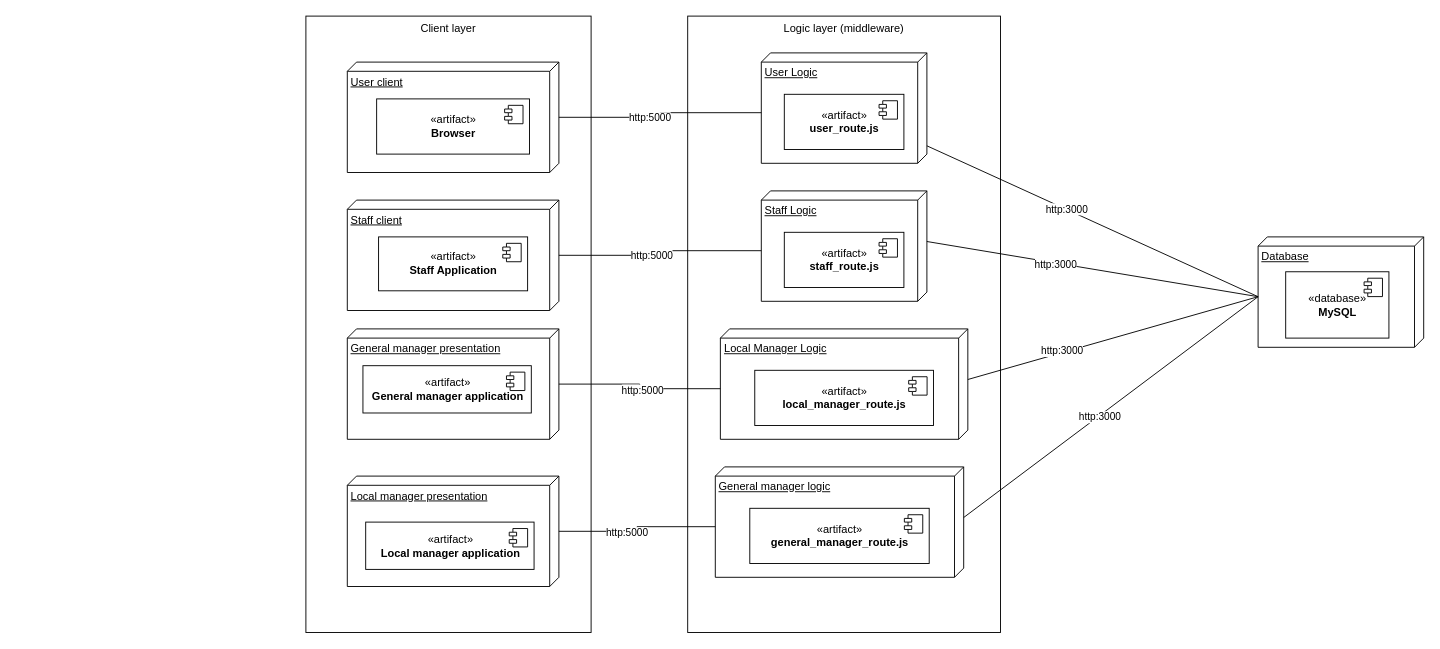
Earlier version of the draw.io diagram drawio/coffee_shop_deploy.drawio (minhrongcon2000/TrungNguyenCoffeeSystem). Source tidied: cells renumbered, new cells numbered last; positions are measured from the earlier drawing's top-left corner, leaving out a move shared by most shapes. Both pictures are drawn from the tidied source at 92%, with x=0, y=0 at pixel (305, 16).
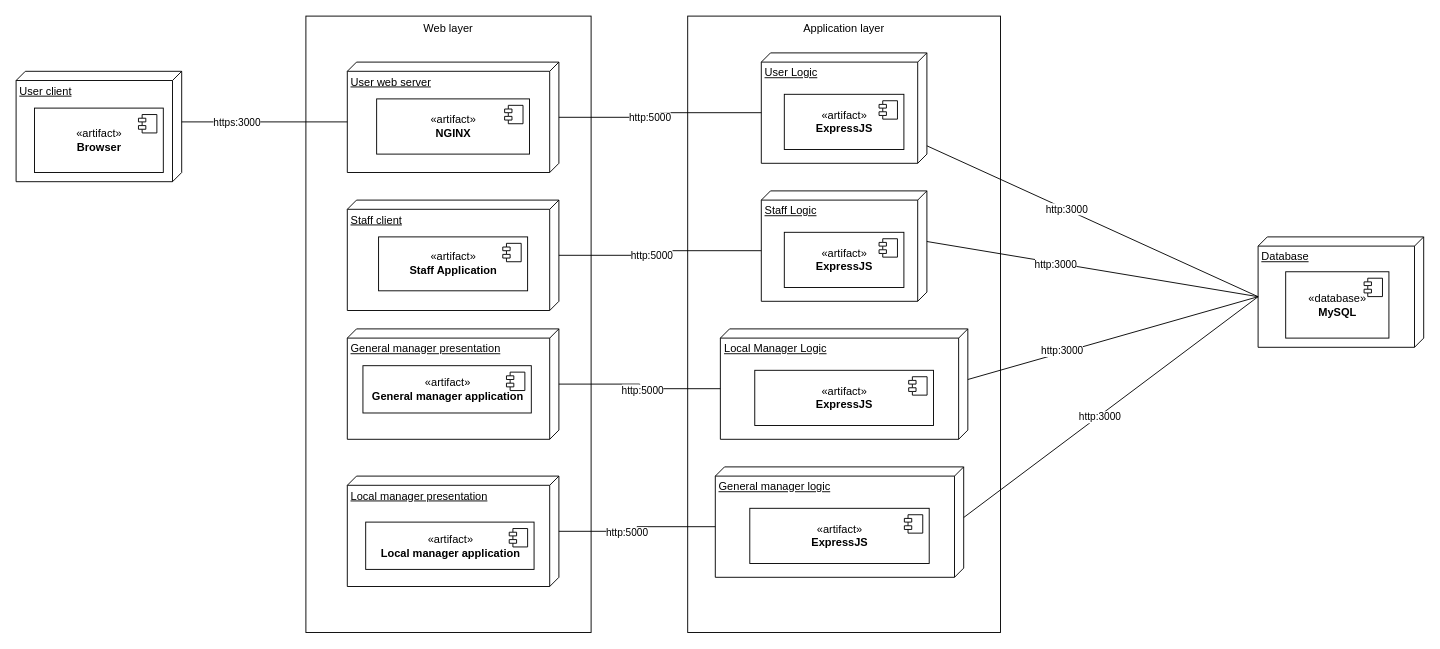
After the change.

Unchanged cells that the change refers to:
```xml
<mxCell id="6" style="group;" parent="1" vertex="1">
  <mxGeometry width="310" height="670" as="geometry" />
</mxCell>
<mxCell id="8" style="group;" parent="6" vertex="1">
  <mxGeometry x="45" y="50" width="230" height="120" as="geometry" />
</mxCell>
<mxCell id="25" style="group;" parent="1" vertex="1">
  <mxGeometry x="415" width="340" height="670" as="geometry" />
</mxCell>
<mxCell id="27" style="group;" parent="25" vertex="1">
  <mxGeometry x="35.5" y="340" width="269" height="120" as="geometry" />
</mxCell>
<mxCell id="31" style="group;" parent="25" vertex="1">
  <mxGeometry x="80" y="190" width="180" height="120" as="geometry" />
</mxCell>
<mxCell id="35" style="group;" parent="25" vertex="1">
  <mxGeometry x="30" y="490" width="270" height="120" as="geometry" />
</mxCell>
<mxCell id="39" style="group;" parent="25" vertex="1">
  <mxGeometry x="80" y="40" width="180" height="120" as="geometry" />
</mxCell>
```

Change to the diagram source:
```diff
@@
-    <mxCell id="7" value="Client layer" style="rounded=0;whiteSpace=wrap;html=1;align=center;horizontal=1;verticalAlign=top;" parent="6" vertex="1">
+    <mxCell id="7" value="Web layer" style="rounded=0;whiteSpace=wrap;html=1;align=center;horizontal=1;verticalAlign=top;" parent="6" vertex="1">
       <mxGeometry width="310" height="670" as="geometry" />
     </mxCell>
@@
-    <mxCell id="9" value="User client" style="verticalAlign=top;align=left;spacingTop=8;spacingLeft=2;spacingRight=12;shape=cube;size=10;direction=south;fontStyle=4;html=1;" parent="8" vertex="1">
+    <mxCell id="9" value="User web server" style="verticalAlign=top;align=left;spacingTop=8;spacingLeft=2;spacingRight=12;shape=cube;size=10;direction=south;fontStyle=4;html=1;" parent="8" vertex="1">
       <mxGeometry width="230" height="120" as="geometry" />
     </mxCell>
-    <mxCell id="10" value="«artifact»&lt;br&gt;&lt;b&gt;Browser&lt;/b&gt;" style="html=1;" parent="8" vertex="1">
+    <mxCell id="10" value="«artifact»&lt;br&gt;&lt;b&gt;NGINX&lt;/b&gt;" style="html=1;" parent="8" vertex="1">
       <mxGeometry x="31.9" y="40" width="166.1" height="60" as="geometry" />
     </mxCell>
@@
-    <mxCell id="26" value="Logic layer (middleware)" style="rounded=0;whiteSpace=wrap;html=1;align=center;verticalAlign=top;" parent="25" vertex="1">
+    <mxCell id="26" value="Application layer" style="rounded=0;whiteSpace=wrap;html=1;align=center;verticalAlign=top;" parent="25" vertex="1">
       <mxGeometry width="340" height="670" as="geometry" />
     </mxCell>
@@
-    <mxCell id="29" value="«artifact»&lt;br&gt;&lt;b&gt;local_manager_route.js&lt;/b&gt;" style="html=1;align=center;" parent="27" vertex="1">
+    <mxCell id="29" value="«artifact»&lt;br&gt;&lt;b&gt;ExpressJS&lt;/b&gt;" style="html=1;align=center;" parent="27" vertex="1">
       <mxGeometry x="37.4" y="45" width="194.3" height="60" as="geometry" />
     </mxCell>
@@
-    <mxCell id="33" value="«artifact»&lt;br&gt;&lt;b&gt;staff_route.js&lt;/b&gt;" style="html=1;align=center;" parent="31" vertex="1">
+    <mxCell id="33" value="«artifact»&lt;br&gt;&lt;b&gt;ExpressJS&lt;/b&gt;" style="html=1;align=center;" parent="31" vertex="1">
       <mxGeometry x="25" y="45" width="130" height="60" as="geometry" />
     </mxCell>
@@
-    <mxCell id="37" value="«artifact»&lt;br&gt;&lt;b&gt;general_manager_route.js&lt;/b&gt;" style="html=1;align=center;" parent="35" vertex="1">
+    <mxCell id="37" value="«artifact»&lt;br&gt;&lt;b&gt;ExpressJS&lt;/b&gt;" style="html=1;align=center;" parent="35" vertex="1">
       <mxGeometry x="37.5" y="45" width="195" height="60" as="geometry" />
     </mxCell>
@@
-    <mxCell id="41" value="«artifact»&lt;br&gt;&lt;b&gt;user_route.js&lt;/b&gt;" style="html=1;align=center;" parent="39" vertex="1">
+    <mxCell id="41" value="«artifact»&lt;br&gt;&lt;b&gt;ExpressJS&lt;/b&gt;" style="html=1;align=center;" parent="39" vertex="1">
       <mxGeometry x="25" y="45" width="130" height="60" as="geometry" />
     </mxCell>
@@
+    <mxCell id="59" style="group;" parent="1" vertex="1">
+      <mxGeometry x="-315" y="60" width="180" height="120" as="geometry" />
+    </mxCell>
+    <mxCell id="60" value="User client" style="verticalAlign=top;align=left;spacingTop=8;spacingLeft=2;spacingRight=12;shape=cube;size=10;direction=south;fontStyle=4;html=1;" parent="59" vertex="1">
+      <mxGeometry width="180" height="120" as="geometry" />
+    </mxCell>
+    <mxCell id="61" value="«artifact»&lt;br&gt;&lt;b&gt;Browser&lt;/b&gt;" style="html=1;" parent="59" vertex="1">
+      <mxGeometry x="20" y="40" width="140" height="70" as="geometry" />
+    </mxCell>
+    <mxCell id="62" style="shape=module;jettyWidth=8;jettyHeight=4;" parent="61" vertex="1">
+      <mxGeometry x="1" width="20" height="20" relative="1" as="geometry">
+        <mxPoint x="-27" y="7" as="offset" />
+      </mxGeometry>
+    </mxCell>
+    <mxCell id="63" style="edgeStyle=orthogonalEdgeStyle;rounded=0;jettySize=auto;html=1;exitX=0;exitY=0;exitDx=55;exitDy=0;exitPerimeter=0;entryX=0;entryY=0;entryDx=65;entryDy=230.00000000000003;entryPerimeter=0;endArrow=none;endFill=0;" parent="1" edge="1" source="60" target="9">
+      <mxGeometry relative="1" as="geometry" />
+    </mxCell>
+    <mxCell id="64" value="https:3000" style="edgeLabel;html=1;align=center;verticalAlign=middle;" parent="63" vertex="1">
+      <mxGeometry x="-0.52" y="1" relative="1" as="geometry">
+        <mxPoint x="16" y="1" as="offset" />
+      </mxGeometry>
+    </mxCell>
```
